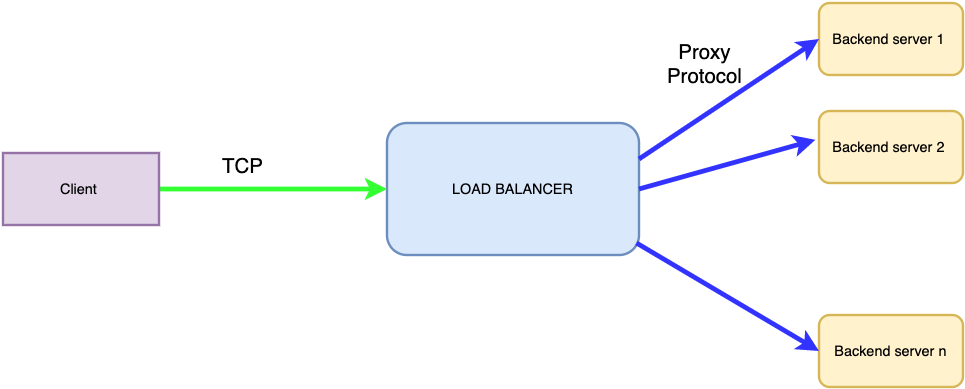
Above: images/VPC-LBaaS-Proxy-Protocol-Pool.png in ibm-cloud-docs/vpc (draw.io), before the change. Source tidied: cells renumbered, new cells last; positions are measured from the earlier drawing's top-left corner, leaving out a move shared by most shapes.
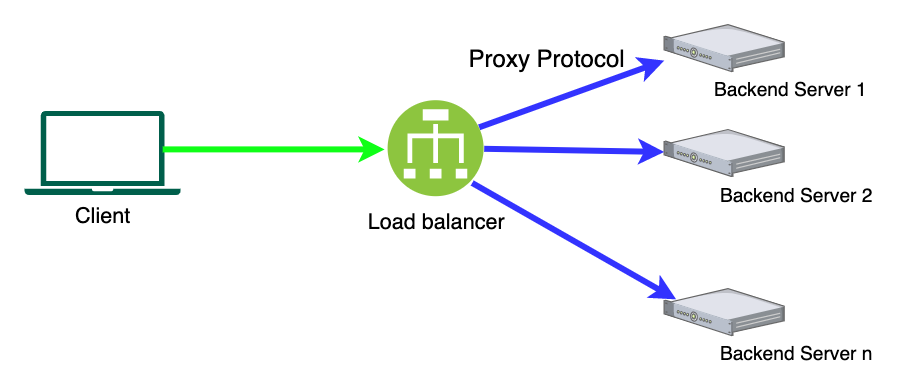
The same file after the commit.

Diff of the diagram source:
```diff
@@ -2,40 +2,41 @@
   <root>
     <mxCell id="0" />
     <mxCell id="1" parent="0" />
-    <mxCell id="2" value="LOAD BALANCER" style="rounded=1;whiteSpace=wrap;html=1;fillColor=#dae8fc;strokeColor=#6c8ebf;strokeWidth=2;" parent="1" vertex="1">
-      <mxGeometry x="320" y="100" width="210" height="110" as="geometry" />
-    </mxCell>
-    <mxCell id="3" value="Backend server 1&amp;nbsp;" style="rounded=1;whiteSpace=wrap;html=1;fillColor=#fff2cc;strokeColor=#d6b656;strokeWidth=2;" parent="1" vertex="1">
-      <mxGeometry x="680" width="120" height="60" as="geometry" />
-    </mxCell>
-    <mxCell id="4" value="Backend server 2&amp;nbsp;" style="rounded=1;whiteSpace=wrap;html=1;fillColor=#fff2cc;strokeColor=#d6b656;strokeWidth=2;" parent="1" vertex="1">
-      <mxGeometry x="680" y="90" width="120" height="60" as="geometry" />
-    </mxCell>
-    <mxCell id="5" value="Backend server n" style="rounded=1;whiteSpace=wrap;html=1;fillColor=#fff2cc;strokeColor=#d6b656;strokeWidth=2;" parent="1" vertex="1">
-      <mxGeometry x="680" y="260" width="120" height="60" as="geometry" />
-    </mxCell>
-    <mxCell id="6" style="edgeStyle=orthogonalEdgeStyle;rounded=0;jettySize=auto;html=1;exitX=1;exitY=0.5;exitDx=0;exitDy=0;entryX=0;entryY=0.5;entryDx=0;entryDy=0;strokeWidth=4;strokeColor=#33FF33;" parent="1" edge="1" source="7" target="2">
-      <mxGeometry relative="1" as="geometry" />
-    </mxCell>
+    <mxCell id="13" style="rounded=0;jettySize=auto;html=1;startArrow=none;startFill=0;endArrow=classic;endFill=1;strokeWidth=5;strokeColor=#3333FF;exitX=1;exitY=0.25;exitDx=0;exitDy=0;" parent="1" edge="1" source="19">
+      <mxGeometry relative="1" as="geometry">
+        <mxPoint x="543" y="20" as="targetPoint" />
+      </mxGeometry>
+    </mxCell>
-    <mxCell id="7" value="Client&amp;nbsp;" style="rounded=0;whiteSpace=wrap;html=1;fillColor=#e1d5e7;strokeColor=#9673a6;strokeWidth=2;" parent="1" vertex="1">
-      <mxGeometry y="125" width="130" height="60" as="geometry" />
+    <mxCell id="7" value="&lt;font style=&quot;font-size: 18px&quot;&gt;Client&lt;/font&gt;" style="shadow=0;dashed=0;html=1;strokeColor=none;fillColor=#005F4B;labelPosition=center;verticalLabelPosition=bottom;verticalAlign=top;align=center;outlineConnect=0;shape=mxgraph.veeam2.laptop;" parent="1" vertex="1">
+      <mxGeometry x="10" y="62" width="130" height="70" as="geometry" />
     </mxCell>
-    <mxCell id="8" style="endArrow=classic;html=1;strokeWidth=4;entryX=0;entryY=0.5;entryDx=0;entryDy=0;strokeColor=#3333FF;" parent="1" edge="1" target="3">
-      <mxGeometry relative="1" as="geometry">
-        <mxPoint x="530" y="130" as="sourcePoint" />
-      </mxGeometry>
-    </mxCell>
-    <mxCell id="9" style="endArrow=classic;html=1;strokeWidth=4;entryX=-0.025;entryY=0.4;entryDx=0;entryDy=0;exitX=1;exitY=0.5;exitDx=0;exitDy=0;entryPerimeter=0;strokeColor=#3333FF;" parent="1" edge="1" source="2" target="4">
-      <mxGeometry relative="1" as="geometry" />
-    </mxCell>
-    <mxCell id="10" style="endArrow=classic;html=1;strokeWidth=4;entryX=0;entryY=0.5;entryDx=0;entryDy=0;exitX=0.99;exitY=0.909;exitDx=0;exitDy=0;strokeColor=#3333FF;exitPerimeter=0;" parent="1" edge="1" source="2" target="5">
-      <mxGeometry relative="1" as="geometry" />
-    </mxCell>
-    <mxCell id="11" value="&lt;font style=&quot;font-size: 17px&quot;&gt;TCP&lt;/font&gt;" style="text;html=1;strokeColor=none;fillColor=none;align=center;verticalAlign=middle;whiteSpace=wrap;rounded=0;" parent="1" vertex="1">
-      <mxGeometry x="180" y="125" width="40" height="20" as="geometry" />
-    </mxCell>
+    <mxCell id="14" value="&lt;blockquote style=&quot;margin: 0 0 0 40px ; border: none ; padding: 0px&quot;&gt;&lt;font style=&quot;font-size: 16px&quot;&gt;Backend Server 1&lt;/font&gt;&lt;/blockquote&gt;" style="verticalLabelPosition=bottom;html=1;verticalAlign=top;strokeColor=none;align=left;shape=mxgraph.citrix.1u_2u_server;" parent="1" vertex="1">
+      <mxGeometry x="543" y="-10" width="100" height="39.1" as="geometry" />
+    </mxCell>
+    <mxCell id="15" value="&lt;blockquote style=&quot;margin: 0 0 0 40px ; border: none ; padding: 0px&quot;&gt;&lt;blockquote style=&quot;margin: 0 0 0 40px ; border: none ; padding: 0px&quot;&gt;&lt;blockquote style=&quot;margin: 0 0 0 40px ; border: none ; padding: 0px&quot;&gt;&lt;font style=&quot;font-size: 16px&quot;&gt;Backend Server 2&lt;/font&gt;&lt;/blockquote&gt;&lt;/blockquote&gt;&lt;/blockquote&gt;" style="verticalLabelPosition=bottom;html=1;verticalAlign=top;strokeColor=none;align=center;outlineConnect=0;shape=mxgraph.citrix.1u_2u_server;" parent="1" vertex="1">
+      <mxGeometry x="543" y="77.5" width="100" height="39.1" as="geometry" />
+    </mxCell>
+    <mxCell id="16" value="&lt;blockquote style=&quot;margin: 0 0 0 40px ; border: none ; padding: 0px&quot;&gt;&lt;blockquote style=&quot;margin: 0 0 0 40px ; border: none ; padding: 0px&quot;&gt;&lt;blockquote style=&quot;margin: 0 0 0 40px ; border: none ; padding: 0px&quot;&gt;&lt;font style=&quot;font-size: 16px&quot;&gt;Backend Server n&lt;/font&gt;&lt;/blockquote&gt;&lt;/blockquote&gt;&lt;/blockquote&gt;" style="verticalLabelPosition=bottom;html=1;verticalAlign=top;strokeColor=none;align=center;outlineConnect=0;shape=mxgraph.citrix.1u_2u_server;" parent="1" vertex="1">
+      <mxGeometry x="543" y="210" width="100" height="39.1" as="geometry" />
+    </mxCell>
+    <mxCell id="17" style="rounded=0;jettySize=auto;html=1;exitX=1;exitY=0.5;exitDx=0;exitDy=0;startArrow=none;startFill=0;endArrow=classic;endFill=1;strokeWidth=5;strokeColor=#3333FF;" parent="1" edge="1" source="19" target="15">
+      <mxGeometry relative="1" as="geometry" />
+    </mxCell>
+    <mxCell id="18" style="rounded=0;jettySize=auto;html=1;startArrow=none;startFill=0;endArrow=classic;endFill=1;strokeWidth=5;strokeColor=#3333FF;entryX=0.1;entryY=0.23;entryDx=0;entryDy=0;entryPerimeter=0;" parent="1" edge="1" target="16">
+      <mxGeometry relative="1" as="geometry">
+        <mxPoint x="383" y="122" as="sourcePoint" />
+      </mxGeometry>
+    </mxCell>
-    <mxCell id="12" value="&lt;font style=&quot;font-size: 17px&quot;&gt;Proxy Protocol&lt;/font&gt;" style="text;html=1;strokeColor=none;fillColor=none;align=center;verticalAlign=middle;whiteSpace=wrap;rounded=0;" parent="1" vertex="1">
-      <mxGeometry x="530" y="30" width="110" height="40" as="geometry" />
+    <mxCell id="12" value="&lt;font style=&quot;font-size: 20px&quot;&gt;Proxy Protocol&lt;/font&gt;" style="text;html=1;align=center;verticalAlign=middle;fillColor=none;strokeColor=none;rounded=0;" parent="1" vertex="1">
+      <mxGeometry x="370" y="9.1" width="150" height="20" as="geometry" />
     </mxCell>
+    <mxCell id="19" value="&lt;font color=&quot;#000000&quot; style=&quot;font-size: 18px&quot;&gt;Load balancer&lt;/font&gt;" style="perimeter=ellipsePerimeter;html=1;align=center;shadow=0;dashed=0;fontColor=#4277BB;labelBackgroundColor=#ffffff;fontSize=12;spacingTop=3;image;image=img/lib/ibm/vpc/LoadBalancer.svg;" parent="1" vertex="1">
+      <mxGeometry x="313" y="53.5" width="80" height="80" as="geometry" />
+    </mxCell>
+    <mxCell id="20" style="rounded=0;jettySize=auto;html=1;startArrow=none;startFill=0;endArrow=classic;endFill=1;strokeWidth=5;exitX=0.885;exitY=0.457;exitDx=0;exitDy=0;exitPerimeter=0;strokeColor=#0FFF17;" parent="1" edge="1" source="7">
+      <mxGeometry relative="1" as="geometry">
+        <mxPoint x="310" y="94" as="targetPoint" />
+      </mxGeometry>
+    </mxCell>
   </root>
 </mxGraphModel>
```
